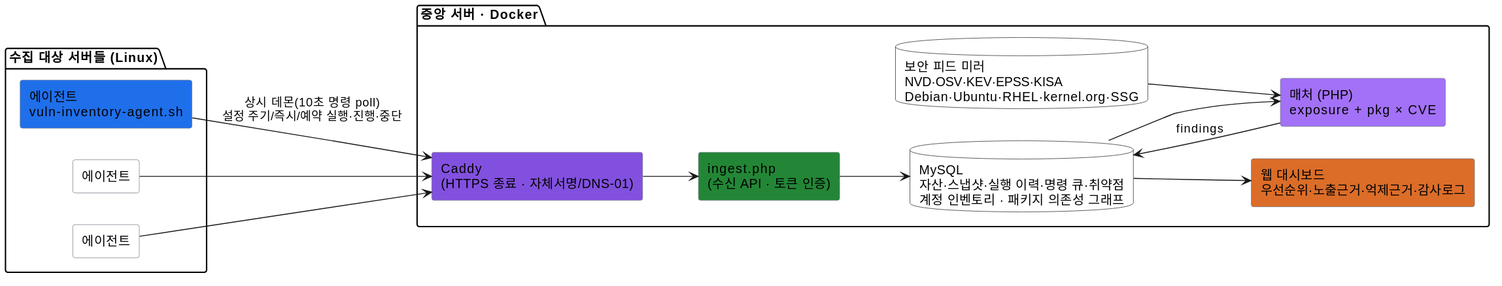
Earlier version of the PlantUML export docs/specs/diagrams/시스템개요.svg (JeongDoWook/vuln-agent).
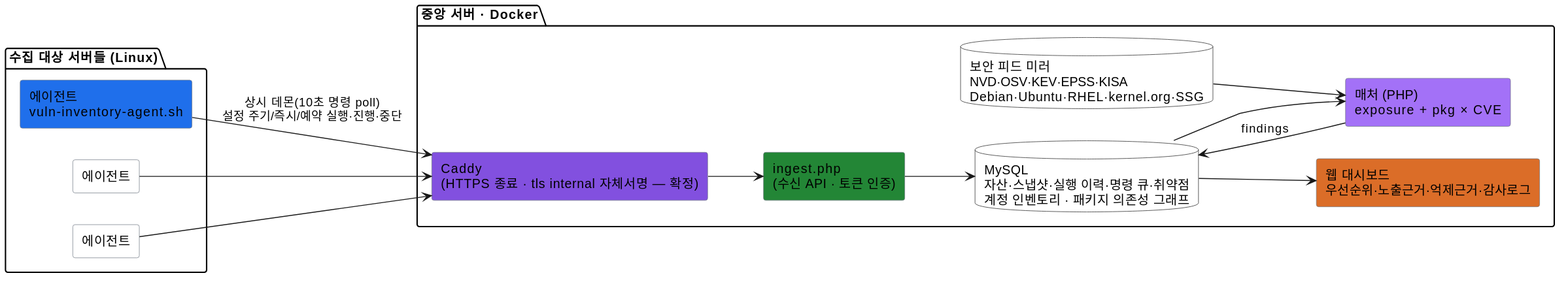
After the change.

Diff of the diagram source:
```diff
@@ -15,7 +15,7 @@
 }
 
 package "중앙 서버 · Docker" as Central {
-    rectangle "Caddy\n(HTTPS 종료 · 자체서명/DNS-01)" as CADDY #8250df
+    rectangle "Caddy\n(HTTPS 종료 · tls internal 자체서명 — 확정)" as CADDY #8250df
     rectangle "ingest.php\n(수신 API · 토큰 인증)" as ING #238636
     database "MySQL\n자산·스냅샷·실행 이력·명령 큐·취약점\n계정 인벤토리 · 패키지 의존성 그래프" as DB
     rectangle "매처 (PHP)\nexposure + pkg × CVE" as MAT #a371f7
```
